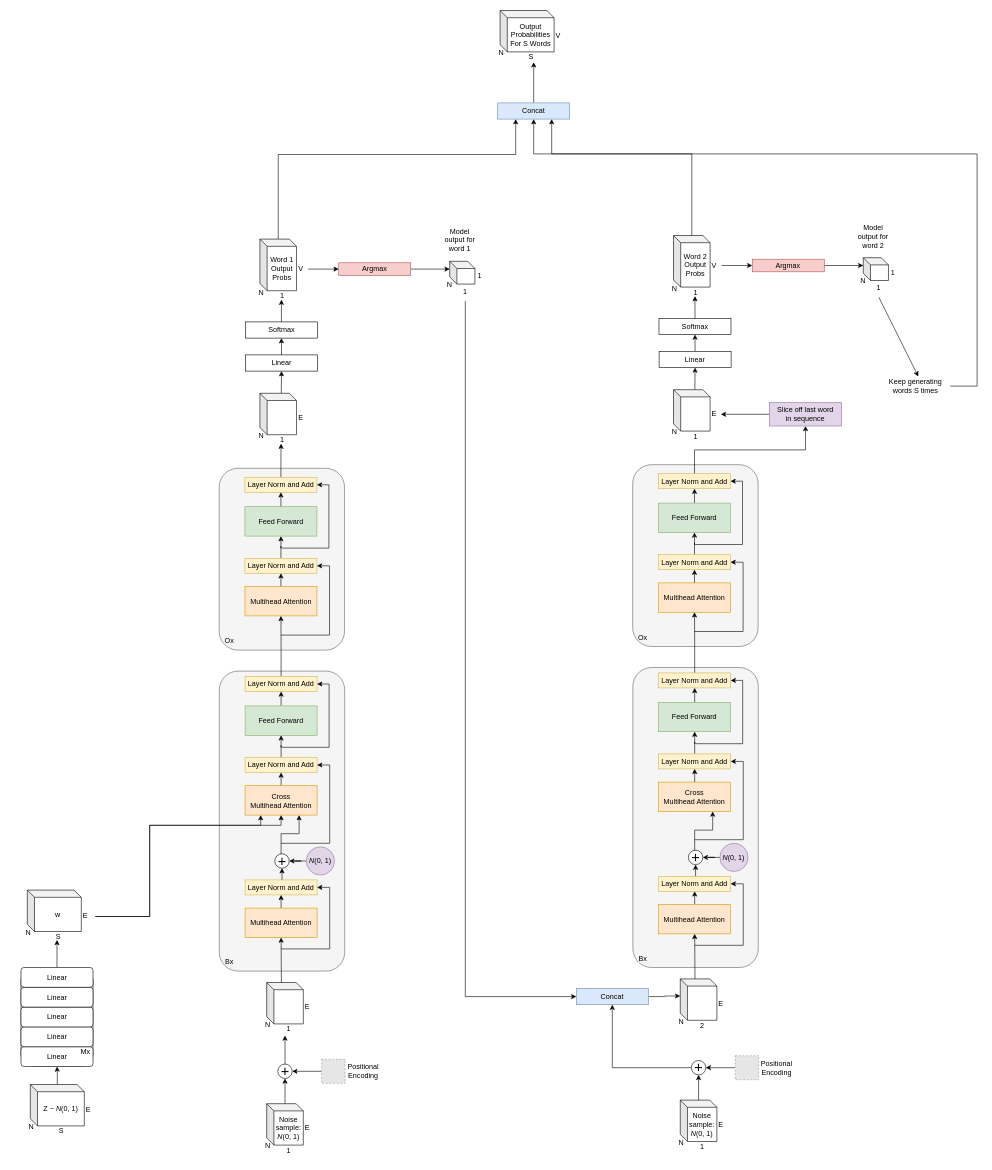
gmongaras/GAN_TextGen keeps this draw.io diagram as Model_Diagrams/Generator.drawio. Above is the earlier version. Source tidied: cells renumbered, new cells numbered last; positions are measured from the earlier drawing's top-left corner, leaving out a move shared by most shapes. Both pictures are drawn from the tidied source at 60%, with x=0, y=0 at pixel (10, 10). Pictures stored in the file or linked from it are replaced by grey dashed boxes.
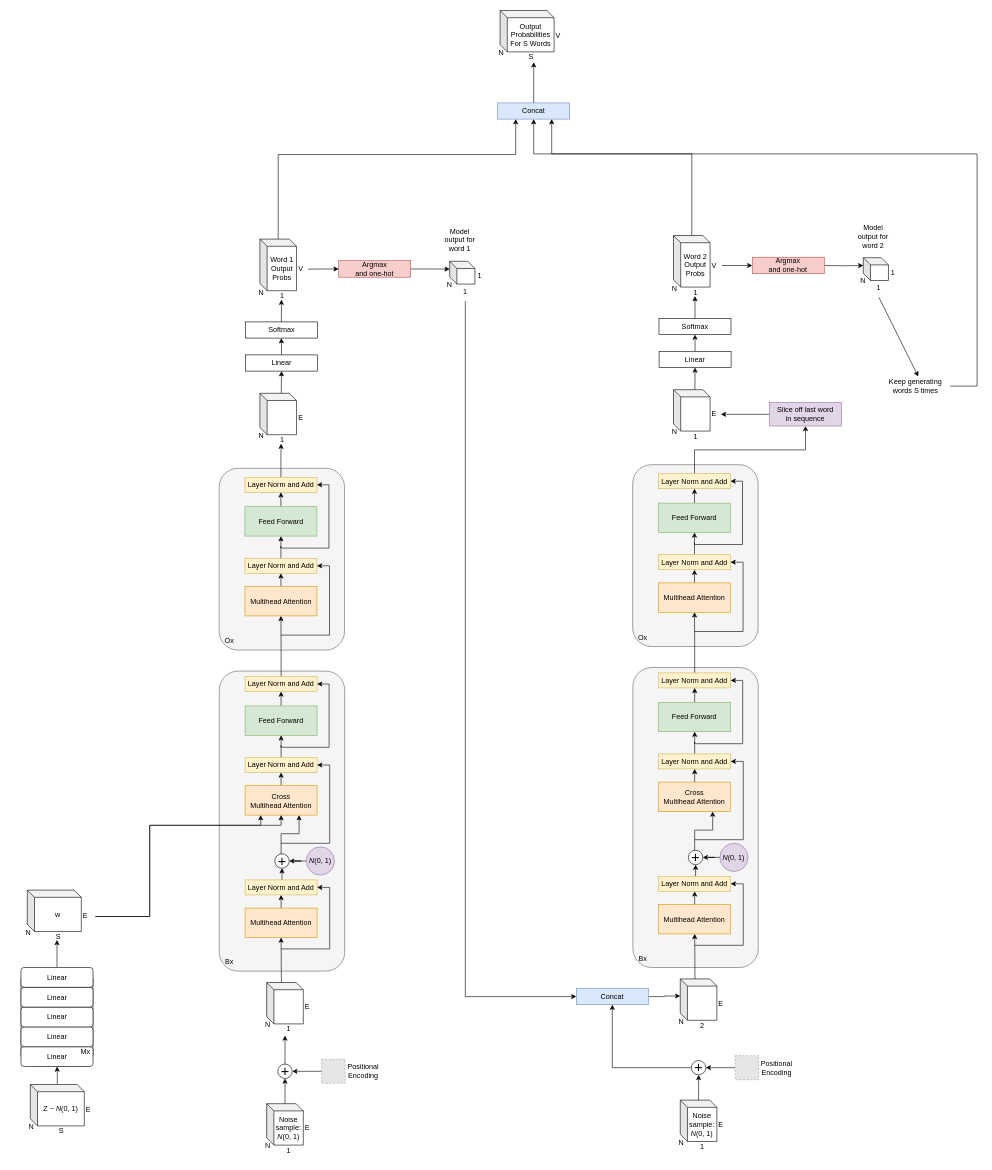
The same diagram, later.

Commit message (it also covers changes not shown here):
Updated Generator Diagram

Unchanged cells that the change refers to:
```xml
<mxCell id="155" value="V" style="text;html=1;strokeColor=none;fillColor=none;align=center;verticalAlign=middle;whiteSpace=wrap;rounded=0;" parent="1" vertex="1">
  <mxGeometry x="1143" y="410" width="60" height="30" as="geometry" />
</mxCell>
<mxCell id="161" value="&lt;span&gt;&lt;br&gt;&lt;/span&gt;" style="shape=cube;whiteSpace=wrap;html=1;boundedLbl=1;backgroundOutline=1;darkOpacity=0.05;darkOpacity2=0.1;size=12;" parent="1" vertex="1">
  <mxGeometry x="1421.3" y="412" width="42" height="38" as="geometry" />
</mxCell>
```

Change to the diagram source:
```diff
@@
-    <mxCell id="90" value="Argmax" style="rounded=0;whiteSpace=wrap;html=1;fontSize=12;fillColor=#f8cecc;strokeColor=#b85450;" parent="1" vertex="1">
-      <mxGeometry x="547" y="420.5" width="120" height="21" as="geometry" />
+    <mxCell id="90" value="Argmax&lt;br&gt;and one-hot" style="rounded=0;whiteSpace=wrap;html=1;fontSize=12;fillColor=#f8cecc;strokeColor=#b85450;" parent="1" vertex="1">
+      <mxGeometry x="547" y="417" width="120" height="27.5" as="geometry" />
     </mxCell>
@@
-    <mxCell id="158" style="edgeStyle=orthogonalEdgeStyle;rounded=0;jettySize=auto;html=1;exitX=1;exitY=0.5;exitDx=0;exitDy=0;entryX=0;entryY=0;entryDx=0;entryDy=13;entryPerimeter=0;fontSize=12;" parent="1" edge="1" source="159" target="161">
-      <mxGeometry relative="1" as="geometry" />
+    <mxCell id="158" style="edgeStyle=orthogonalEdgeStyle;rounded=0;jettySize=auto;html=1;exitX=1;exitY=0.5;exitDx=0;exitDy=0;entryX=0;entryY=0;entryDx=0;entryDy=13;entryPerimeter=0;fontSize=12;" parent="1" edge="1" target="161">
+      <mxGeometry relative="1" as="geometry">
+        <mxPoint x="1356.3" y="425" as="sourcePoint" />
+      </mxGeometry>
     </mxCell>
-    <mxCell id="159" value="Argmax" style="rounded=0;whiteSpace=wrap;html=1;fontSize=12;fillColor=#f8cecc;strokeColor=#b85450;" parent="1" vertex="1">
-      <mxGeometry x="1236.3" y="414.5" width="120" height="21" as="geometry" />
-    </mxCell>
-    <mxCell id="160" style="endArrow=classic;html=1;rounded=0;fontSize=12;entryX=0;entryY=0.5;entryDx=0;entryDy=0;exitX=0.705;exitY=0.5;exitDx=0;exitDy=0;exitPerimeter=0;" parent="1" edge="1" source="155" target="159">
-      <mxGeometry relative="1" as="geometry" />
+    <mxCell id="160" style="endArrow=classic;html=1;rounded=0;fontSize=12;entryX=0;entryY=0.5;entryDx=0;entryDy=0;exitX=0.705;exitY=0.5;exitDx=0;exitDy=0;exitPerimeter=0;" parent="1" edge="1" source="155">
+      <mxGeometry relative="1" as="geometry">
+        <mxPoint x="1236.3" y="425" as="targetPoint" />
+      </mxGeometry>
     </mxCell>
@@
+    <mxCell id="185" value="Argmax&lt;br&gt;and one-hot" style="rounded=0;whiteSpace=wrap;html=1;fontSize=12;fillColor=#f8cecc;strokeColor=#b85450;" parent="1" vertex="1">
+      <mxGeometry x="1236.3" y="411.2" width="120" height="27.5" as="geometry" />
+    </mxCell>
```
